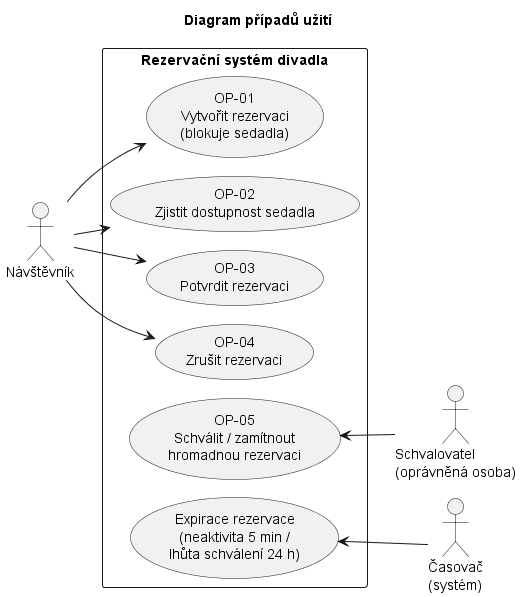
This is docs/c02-diagrams/use-case.png from jn-flk/SWI, a PlantUML export, as it was before one commit. Source of this version:
```plantuml
@startuml
!pragma layout smetana
title Diagram případů užití
left to right direction

actor "Návštěvník" as V
actor "Schvalovatel\n(oprávněná osoba)" as A
actor "Časovač\n(systém)" as T

rectangle "Rezervační systém divadla" {
  usecase "OP-01\nVytvořit rezervaci\n(blokuje sedadla)" as OP1
  usecase "OP-02\nZjistit dostupnost sedadla" as OP2
  usecase "OP-03\nPotvrdit rezervaci" as OP3
  usecase "OP-04\nZrušit rezervaci" as OP4
  usecase "OP-05\nSchválit / zamítnout\nhromadnou rezervaci" as OP5
  usecase "Expirace rezervace\n(neaktivita 5 min /\nlhůta schválení 24 h)" as EXP
}

V --> OP1
V --> OP2
V --> OP3
V --> OP4
OP5 <-- A
EXP <-- T

@enduml
```
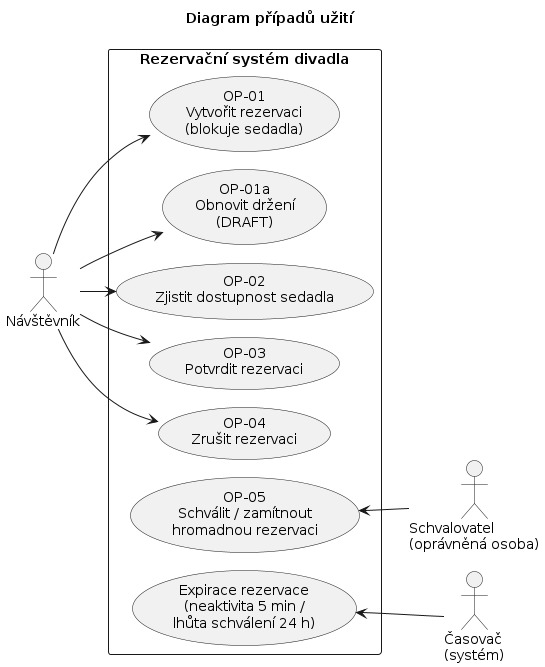
Above is the later version.

Change to the diagram source:
```diff
@@ -9,6 +9,7 @@
 
 rectangle "Rezervační systém divadla" {
   usecase "OP-01\nVytvořit rezervaci\n(blokuje sedadla)" as OP1
+  usecase "OP-01a\nObnovit držení\n(DRAFT)" as OP1A
   usecase "OP-02\nZjistit dostupnost sedadla" as OP2
   usecase "OP-03\nPotvrdit rezervaci" as OP3
   usecase "OP-04\nZrušit rezervaci" as OP4
@@ -17,10 +18,10 @@
 }
 
 V --> OP1
+V --> OP1A
 V --> OP2
 V --> OP3
 V --> OP4
 OP5 <-- A
 EXP <-- T
-
 @enduml
```
